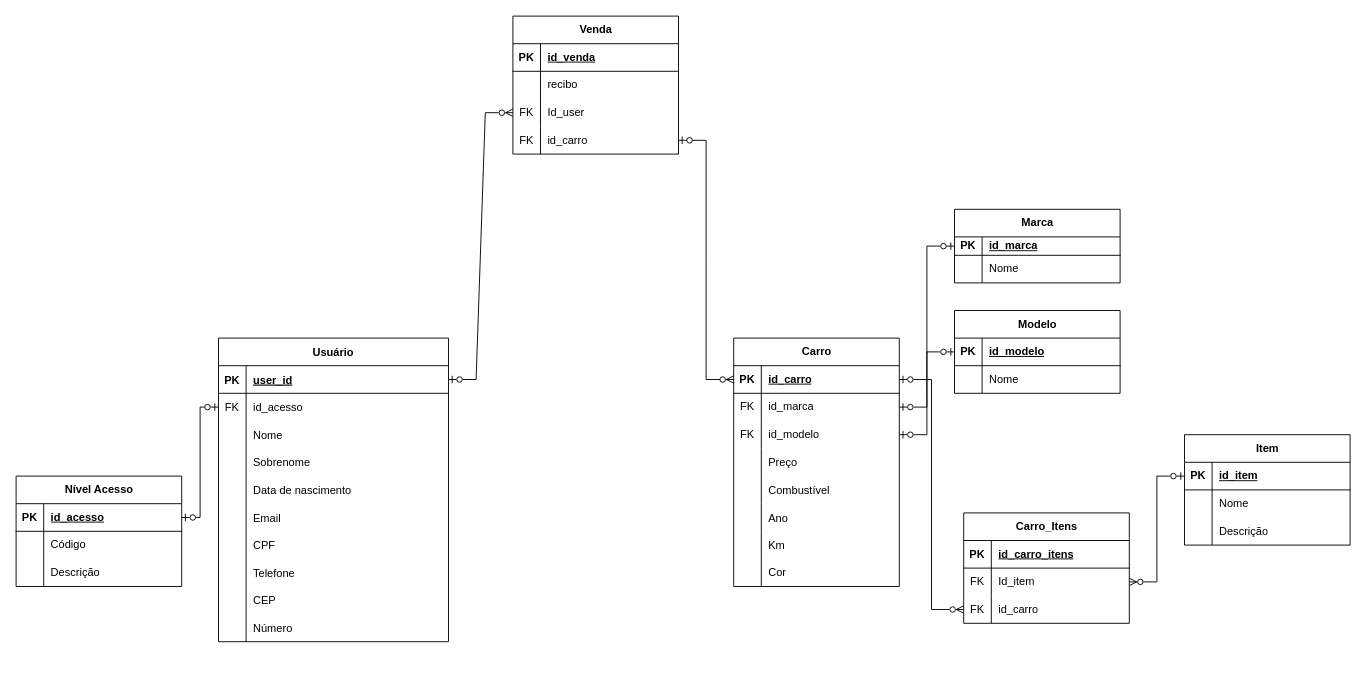
This is database/netcar_modelo.drawio from nsx07/netcar, a draw.io file, before an edit. Source tidied: cells renumbered, new cells numbered last; positions are measured from the earlier drawing's top-left corner, leaving out a move shared by most shapes. Both pictures are drawn from the tidied source at 92%, with x=0, y=0 at pixel (16, 16).
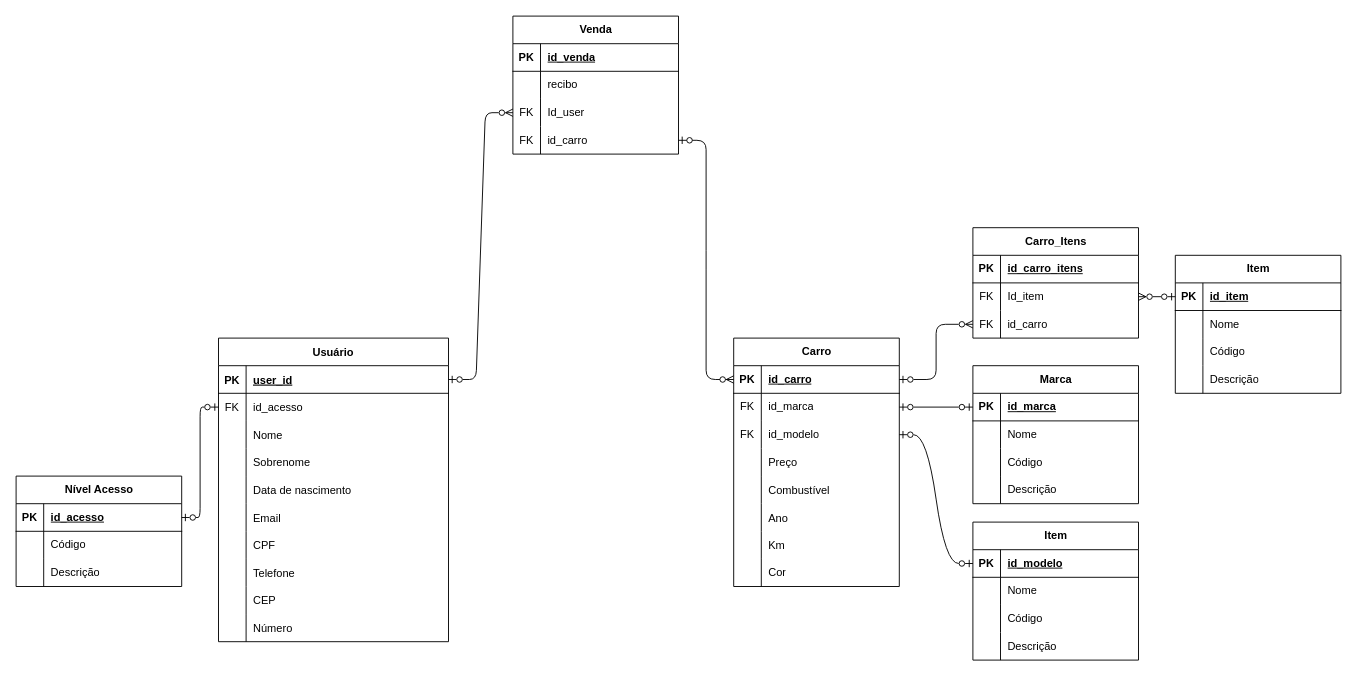
The same diagram, later.

The change refers to these unchanged cells:
```xml
<mxCell id="3" style="shape=partialRectangle;fillColor=none;points=[[0,0.5],[1,0.5]];portConstraint=eastwest;top=0;left=0;right=0;bottom=1;" parent="2" vertex="1">
  <mxGeometry y="30" width="250" height="30" as="geometry" />
</mxCell>
<mxCell id="6" style="shape=partialRectangle;fillColor=none;points=[[0,0.5],[1,0.5]];portConstraint=eastwest;top=0;left=0;right=0;bottom=0;" parent="2" vertex="1">
  <mxGeometry y="60" width="250" height="30" as="geometry" />
</mxCell>
<mxCell id="34" style="shape=tableRow;horizontal=0;startSize=0;swimlaneHead=0;swimlaneBody=0;fillColor=none;points=[[0,0.5],[1,0.5]];portConstraint=eastwest;top=0;left=0;right=0;bottom=1;" parent="33" vertex="1">
  <mxGeometry y="30" width="180" height="30" as="geometry" />
</mxCell>
<mxCell id="37" style="shape=tableRow;horizontal=0;startSize=0;swimlaneHead=0;swimlaneBody=0;fillColor=none;points=[[0,0.5],[1,0.5]];portConstraint=eastwest;top=0;left=0;right=0;bottom=0;" parent="33" vertex="1">
  <mxGeometry y="60" width="180" height="30" as="geometry" />
</mxCell>
<mxCell id="40" style="shape=tableRow;horizontal=0;startSize=0;swimlaneHead=0;swimlaneBody=0;fillColor=none;points=[[0,0.5],[1,0.5]];portConstraint=eastwest;top=0;left=0;right=0;bottom=0;" parent="33" vertex="1">
  <mxGeometry y="90" width="180" height="30" as="geometry" />
</mxCell>
<mxCell id="66" style="shape=tableRow;horizontal=0;startSize=0;swimlaneHead=0;swimlaneBody=0;fillColor=none;points=[[0,0.5],[1,0.5]];portConstraint=eastwest;top=0;left=0;right=0;bottom=0;" parent="59" vertex="1">
  <mxGeometry y="90" width="180" height="30" as="geometry" />
</mxCell>
<mxCell id="69" style="shape=tableRow;horizontal=0;startSize=0;swimlaneHead=0;swimlaneBody=0;fillColor=none;points=[[0,0.5],[1,0.5]];portConstraint=eastwest;top=0;left=0;right=0;bottom=0;" parent="59" vertex="1">
  <mxGeometry y="120" width="180" height="30" as="geometry" />
</mxCell>
<mxCell id="82" style="shape=tableRow;horizontal=0;startSize=0;swimlaneHead=0;swimlaneBody=0;fillColor=none;points=[[0,0.5],[1,0.5]];portConstraint=eastwest;top=0;left=0;right=0;bottom=1;" parent="81" vertex="1">
  <mxGeometry y="30" width="180" height="30" as="geometry" />
</mxCell>
<mxCell id="88" style="shape=tableRow;horizontal=0;startSize=0;swimlaneHead=0;swimlaneBody=0;fillColor=none;top=0;left=0;right=0;bottom=0;" parent="81" vertex="1">
  <mxGeometry y="90" width="180" height="30" as="geometry" />
</mxCell>
<mxCell id="100" style="shape=tableRow;horizontal=0;startSize=0;swimlaneHead=0;swimlaneBody=0;fillColor=none;points=[[0,0.5],[1,0.5]];portConstraint=eastwest;top=0;left=0;right=0;bottom=1;" parent="99" vertex="1">
  <mxGeometry y="30" width="180" height="30" as="geometry" />
</mxCell>
<mxCell id="114" style="shape=tableRow;horizontal=0;startSize=0;swimlaneHead=0;swimlaneBody=0;fillColor=none;points=[[0,0.5],[1,0.5]];portConstraint=eastwest;top=0;left=0;right=0;bottom=0;" parent="110" vertex="1">
  <mxGeometry y="60" width="180" height="30" as="geometry" />
</mxCell>
<mxCell id="117" style="shape=tableRow;horizontal=0;startSize=0;swimlaneHead=0;swimlaneBody=0;fillColor=none;points=[[0,0.5],[1,0.5]];portConstraint=eastwest;top=0;left=0;right=0;bottom=0;" parent="110" vertex="1">
  <mxGeometry y="90" width="180" height="30" as="geometry" />
</mxCell>
```

What changed in the source:
```diff
@@
-    <mxCell id="58" style="edgeStyle=entityRelationEdgeStyle;fontSize=12;html=1;endArrow=ERzeroToMany;startArrow=ERzeroToOne;rounded=0;exitX=1;exitY=0.5;exitDx=0;exitDy=0;entryX=0;entryY=0.5;entryDx=0;entryDy=0;endFill=0;startFill=0;" parent="1" edge="1" source="3" target="66">
+    <mxCell id="58" style="edgeStyle=entityRelationEdgeStyle;fontSize=12;html=1;endArrow=ERzeroToMany;startArrow=ERzeroToOne;rounded=1;exitX=1;exitY=0.5;exitDx=0;exitDy=0;entryX=0;entryY=0.5;entryDx=0;entryDy=0;endFill=0;startFill=0;" parent="1" edge="1" source="3" target="66">
       <mxGeometry relative="1" as="geometry" />
     </mxCell>
@@
-    <mxCell id="72" style="edgeStyle=entityRelationEdgeStyle;fontSize=12;html=1;endArrow=ERzeroToMany;startArrow=ERzeroToOne;rounded=0;" parent="1" edge="1" source="69" target="34">
+    <mxCell id="72" style="edgeStyle=entityRelationEdgeStyle;fontSize=12;html=1;endArrow=ERzeroToMany;startArrow=ERzeroToOne;rounded=1;" parent="1" edge="1" source="69" target="34">
       <mxGeometry relative="1" as="geometry" />
     </mxCell>
-    <mxCell id="73" value="Modelo" style="shape=table;startSize=30;childLayout=tableLayout;rowLines=0;fontStyle=1;align=center;html=1;" parent="1" vertex="1">
-      <mxGeometry x="1020" y="320" width="180" height="90" as="geometry" />
-    </mxCell>
-    <mxCell id="74" style="shape=tableRow;horizontal=0;startSize=0;swimlaneHead=0;swimlaneBody=0;fillColor=none;top=0;left=0;right=0;bottom=1;" parent="73" vertex="1">
-      <mxGeometry y="30" width="180" height="30" as="geometry" />
-    </mxCell>
-    <mxCell id="75" value="PK" style="shape=partialRectangle;fillColor=none;top=0;left=0;bottom=0;right=0;fontStyle=1;overflow=hidden;whiteSpace=wrap;html=1;" parent="74" vertex="1">
-      <mxGeometry width="30" height="30" as="geometry" />
-    </mxCell>
-    <mxCell id="76" value="id_modelo" style="shape=partialRectangle;fillColor=none;top=0;left=0;bottom=0;right=0;align=left;spacingLeft=6;fontStyle=5;overflow=hidden;whiteSpace=wrap;html=1;" parent="74" vertex="1">
-      <mxGeometry x="30" width="150" height="30" as="geometry" />
-    </mxCell>
-    <mxCell id="77" style="shape=tableRow;horizontal=0;startSize=0;swimlaneHead=0;swimlaneBody=0;fillColor=none;top=0;left=0;right=0;bottom=0;" parent="73" vertex="1">
-      <mxGeometry y="60" width="180" height="30" as="geometry" />
-    </mxCell>
-    <mxCell id="78" style="shape=partialRectangle;fillColor=none;top=0;left=0;bottom=0;right=0;overflow=hidden;whiteSpace=wrap;html=1;" parent="77" vertex="1">
-      <mxGeometry width="30" height="30" as="geometry" />
-    </mxCell>
-    <mxCell id="79" value="Nome" style="shape=partialRectangle;fillColor=none;top=0;left=0;bottom=0;right=0;align=left;spacingLeft=6;overflow=hidden;whiteSpace=wrap;html=1;" parent="77" vertex="1">
-      <mxGeometry x="30" width="150" height="30" as="geometry" />
-    </mxCell>
-    <mxCell id="80" style="edgeStyle=entityRelationEdgeStyle;fontSize=12;html=1;endArrow=ERzeroToOne;startArrow=ERzeroToOne;rounded=0;startFill=0;endFill=0;" parent="1" edge="1" source="40" target="73">
+    <mxCell id="80" style="edgeStyle=entityRelationEdgeStyle;fontSize=12;html=1;endArrow=ERzeroToOne;startArrow=ERzeroToOne;startFill=0;endFill=0;entryX=0;entryY=0.5;entryDx=0;entryDy=0;curved=1;" parent="1" edge="1" source="40" target="126">
       <mxGeometry relative="1" as="geometry" />
     </mxCell>
     <mxCell id="81" value="Item" style="shape=table;startSize=30;childLayout=tableLayout;rowLines=0;fontStyle=1;align=center;html=1;" parent="1" vertex="1">
-      <mxGeometry x="1270" y="455" width="180" height="120" as="geometry" />
+      <mxGeometry x="1260" y="260" width="180" height="150" as="geometry" />
     </mxCell>
@@
-    <mxCell id="90" value="Descrição" style="shape=partialRectangle;fillColor=none;top=0;left=0;bottom=0;right=0;align=left;spacingLeft=6;overflow=hidden;whiteSpace=wrap;html=1;" parent="88" vertex="1">
+    <mxCell id="90" value="Código" style="shape=partialRectangle;fillColor=none;top=0;left=0;bottom=0;right=0;align=left;spacingLeft=6;overflow=hidden;whiteSpace=wrap;html=1;" parent="88" vertex="1">
       <mxGeometry x="30" width="150" height="30" as="geometry" />
     </mxCell>
-    <mxCell id="91" value="Marca" style="shape=table;startSize=30;childLayout=tableLayout;rowLines=0;fontStyle=1;align=center;html=1;" parent="1" vertex="1">
-      <mxGeometry x="1020" y="210" width="180" height="80" as="geometry" />
-    </mxCell>
-    <mxCell id="92" style="shape=tableRow;horizontal=0;startSize=0;swimlaneHead=0;swimlaneBody=0;fillColor=none;points=[[0,0.5],[1,0.5]];portConstraint=eastwest;top=0;left=0;right=0;bottom=1;" parent="91" vertex="1">
-      <mxGeometry y="30" width="180" height="20" as="geometry" />
-    </mxCell>
-    <mxCell id="93" value="PK" style="shape=partialRectangle;fillColor=none;top=0;left=0;bottom=0;right=0;fontStyle=1;overflow=hidden;whiteSpace=wrap;html=1;" parent="92" vertex="1">
-      <mxGeometry width="30" height="20" as="geometry" />
-    </mxCell>
-    <mxCell id="94" value="id_marca" style="shape=partialRectangle;fillColor=none;top=0;left=0;bottom=0;right=0;align=left;spacingLeft=6;fontStyle=5;overflow=hidden;whiteSpace=wrap;html=1;" parent="92" vertex="1">
-      <mxGeometry x="30" width="150" height="20" as="geometry" />
-    </mxCell>
-    <mxCell id="95" style="shape=tableRow;horizontal=0;startSize=0;swimlaneHead=0;swimlaneBody=0;fillColor=none;top=0;left=0;right=0;bottom=0;" parent="91" vertex="1">
-      <mxGeometry y="50" width="180" height="30" as="geometry" />
-    </mxCell>
-    <mxCell id="96" style="shape=partialRectangle;fillColor=none;top=0;left=0;bottom=0;right=0;overflow=hidden;whiteSpace=wrap;html=1;" parent="95" vertex="1">
-      <mxGeometry width="30" height="30" as="geometry" />
-    </mxCell>
-    <mxCell id="97" value="Nome" style="shape=partialRectangle;fillColor=none;top=0;left=0;bottom=0;right=0;align=left;spacingLeft=6;overflow=hidden;whiteSpace=wrap;html=1;" parent="95" vertex="1">
-      <mxGeometry x="30" width="150" height="30" as="geometry" />
-    </mxCell>
-    <mxCell id="98" style="edgeStyle=entityRelationEdgeStyle;fontSize=12;html=1;endArrow=ERzeroToOne;startArrow=ERzeroToOne;rounded=0;entryX=1;entryY=0.5;entryDx=0;entryDy=0;exitX=0;exitY=0.5;exitDx=0;exitDy=0;startFill=0;endFill=0;" parent="1" edge="1" source="92" target="37">
-      <mxGeometry relative="1" as="geometry" />
-    </mxCell>
+    <mxCell id="122" style="shape=tableRow;horizontal=0;startSize=0;swimlaneHead=0;swimlaneBody=0;fillColor=none;top=0;left=0;right=0;bottom=0;" parent="81" vertex="1">
+      <mxGeometry y="120" width="180" height="30" as="geometry" />
+    </mxCell>
+    <mxCell id="123" style="shape=partialRectangle;fillColor=none;top=0;left=0;bottom=0;right=0;overflow=hidden;whiteSpace=wrap;html=1;" parent="122" vertex="1">
+      <mxGeometry width="30" height="30" as="geometry" />
+    </mxCell>
+    <mxCell id="124" value="Descrição" style="shape=partialRectangle;fillColor=none;top=0;left=0;bottom=0;right=0;align=left;spacingLeft=6;overflow=hidden;whiteSpace=wrap;html=1;" parent="122" vertex="1">
+      <mxGeometry x="30" width="150" height="30" as="geometry" />
+    </mxCell>
@@
-    <mxCell id="109" style="edgeStyle=orthogonalEdgeStyle;rounded=0;jettySize=auto;html=1;exitX=1;exitY=0.5;exitDx=0;exitDy=0;entryX=0;entryY=0.5;entryDx=0;entryDy=0;startArrow=ERzeroToOne;startFill=0;endArrow=ERzeroToOne;endFill=0;" parent="1" edge="1" source="100" target="6">
+    <mxCell id="109" style="edgeStyle=orthogonalEdgeStyle;rounded=1;jettySize=auto;html=1;exitX=1;exitY=0.5;exitDx=0;exitDy=0;entryX=0;entryY=0.5;entryDx=0;entryDy=0;startArrow=ERzeroToOne;startFill=0;endArrow=ERzeroToOne;endFill=0;" parent="1" edge="1" source="100" target="6">
       <mxGeometry relative="1" as="geometry" />
     </mxCell>
     <mxCell id="110" value="Carro_Itens" style="shape=table;startSize=30;childLayout=tableLayout;rowLines=0;fontStyle=1;align=center;html=1;" parent="1" vertex="1">
-      <mxGeometry x="1030" y="540" width="180" height="120" as="geometry" />
+      <mxGeometry x="1040" y="230" width="180" height="120" as="geometry" />
     </mxCell>
@@
-    <mxCell id="120" style="edgeStyle=orthogonalEdgeStyle;rounded=0;jettySize=auto;html=1;exitX=1;exitY=0.5;exitDx=0;exitDy=0;startArrow=ERzeroToOne;startFill=0;endArrow=ERzeroToMany;endFill=0;" parent="1" edge="1" source="34" target="117">
+    <mxCell id="120" style="edgeStyle=orthogonalEdgeStyle;rounded=1;jettySize=auto;html=1;exitX=1;exitY=0.5;exitDx=0;exitDy=0;startArrow=ERzeroToOne;startFill=0;endArrow=ERzeroToMany;endFill=0;" parent="1" edge="1" source="34" target="117">
       <mxGeometry relative="1" as="geometry" />
     </mxCell>
-    <mxCell id="121" style="edgeStyle=orthogonalEdgeStyle;rounded=0;jettySize=auto;html=1;exitX=1;exitY=0.5;exitDx=0;exitDy=0;entryX=0;entryY=0.5;entryDx=0;entryDy=0;startArrow=ERzeroToMany;startFill=0;endArrow=ERzeroToOne;endFill=0;" parent="1" edge="1" source="114" target="82">
+    <mxCell id="121" style="edgeStyle=orthogonalEdgeStyle;rounded=1;jettySize=auto;html=1;exitX=1;exitY=0.5;exitDx=0;exitDy=0;entryX=0;entryY=0.5;entryDx=0;entryDy=0;startArrow=ERzeroToMany;startFill=0;endArrow=ERzeroToOne;endFill=0;" parent="1" edge="1" source="114" target="82">
       <mxGeometry relative="1" as="geometry" />
     </mxCell>
+    <mxCell id="125" value="Item" style="shape=table;startSize=30;childLayout=tableLayout;rowLines=0;fontStyle=1;align=center;html=1;" parent="1" vertex="1">
+      <mxGeometry x="1040" y="550" width="180" height="150" as="geometry" />
+    </mxCell>
+    <mxCell id="126" style="shape=tableRow;horizontal=0;startSize=0;swimlaneHead=0;swimlaneBody=0;fillColor=none;points=[[0,0.5],[1,0.5]];portConstraint=eastwest;top=0;left=0;right=0;bottom=1;" parent="125" vertex="1">
+      <mxGeometry y="30" width="180" height="30" as="geometry" />
+    </mxCell>
+    <mxCell id="127" value="PK" style="shape=partialRectangle;fillColor=none;top=0;left=0;bottom=0;right=0;fontStyle=1;overflow=hidden;whiteSpace=wrap;html=1;" parent="126" vertex="1">
+      <mxGeometry width="30" height="30" as="geometry" />
+    </mxCell>
+    <mxCell id="76" value="id_modelo" style="shape=partialRectangle;fillColor=none;top=0;left=0;bottom=0;right=0;align=left;spacingLeft=6;fontStyle=5;overflow=hidden;whiteSpace=wrap;html=1;" parent="126" vertex="1">
+      <mxGeometry x="30" width="150" height="30" as="geometry" />
+    </mxCell>
+    <mxCell id="128" style="shape=tableRow;horizontal=0;startSize=0;swimlaneHead=0;swimlaneBody=0;fillColor=none;top=0;left=0;right=0;bottom=0;" parent="125" vertex="1">
+      <mxGeometry y="60" width="180" height="30" as="geometry" />
+    </mxCell>
+    <mxCell id="129" style="shape=partialRectangle;fillColor=none;top=0;left=0;bottom=0;right=0;overflow=hidden;whiteSpace=wrap;html=1;" parent="128" vertex="1">
+      <mxGeometry width="30" height="30" as="geometry" />
+    </mxCell>
+    <mxCell id="130" value="Nome" style="shape=partialRectangle;fillColor=none;top=0;left=0;bottom=0;right=0;align=left;spacingLeft=6;overflow=hidden;whiteSpace=wrap;html=1;" parent="128" vertex="1">
+      <mxGeometry x="30" width="150" height="30" as="geometry" />
+    </mxCell>
+    <mxCell id="131" style="shape=tableRow;horizontal=0;startSize=0;swimlaneHead=0;swimlaneBody=0;fillColor=none;top=0;left=0;right=0;bottom=0;" parent="125" vertex="1">
+      <mxGeometry y="90" width="180" height="30" as="geometry" />
+    </mxCell>
+    <mxCell id="132" style="shape=partialRectangle;fillColor=none;top=0;left=0;bottom=0;right=0;overflow=hidden;whiteSpace=wrap;html=1;" parent="131" vertex="1">
+      <mxGeometry width="30" height="30" as="geometry" />
+    </mxCell>
+    <mxCell id="133" value="Código" style="shape=partialRectangle;fillColor=none;top=0;left=0;bottom=0;right=0;align=left;spacingLeft=6;overflow=hidden;whiteSpace=wrap;html=1;" parent="131" vertex="1">
+      <mxGeometry x="30" width="150" height="30" as="geometry" />
+    </mxCell>
+    <mxCell id="134" style="shape=tableRow;horizontal=0;startSize=0;swimlaneHead=0;swimlaneBody=0;fillColor=none;top=0;left=0;right=0;bottom=0;" parent="125" vertex="1">
+      <mxGeometry y="120" width="180" height="30" as="geometry" />
+    </mxCell>
+    <mxCell id="135" style="shape=partialRectangle;fillColor=none;top=0;left=0;bottom=0;right=0;overflow=hidden;whiteSpace=wrap;html=1;" parent="134" vertex="1">
+      <mxGeometry width="30" height="30" as="geometry" />
+    </mxCell>
+    <mxCell id="136" value="Descrição" style="shape=partialRectangle;fillColor=none;top=0;left=0;bottom=0;right=0;align=left;spacingLeft=6;overflow=hidden;whiteSpace=wrap;html=1;" parent="134" vertex="1">
+      <mxGeometry x="30" width="150" height="30" as="geometry" />
+    </mxCell>
+    <mxCell id="91" value="Marca" style="shape=table;startSize=30;childLayout=tableLayout;rowLines=0;fontStyle=1;align=center;html=1;" parent="1" vertex="1">
+      <mxGeometry x="1040" y="380" width="180" height="150" as="geometry" />
+    </mxCell>
+    <mxCell id="137" style="shape=tableRow;horizontal=0;startSize=0;swimlaneHead=0;swimlaneBody=0;fillColor=none;points=[[0,0.5],[1,0.5]];portConstraint=eastwest;top=0;left=0;right=0;bottom=1;" parent="91" vertex="1">
+      <mxGeometry y="30" width="180" height="30" as="geometry" />
+    </mxCell>
+    <mxCell id="138" value="PK" style="shape=partialRectangle;fillColor=none;top=0;left=0;bottom=0;right=0;fontStyle=1;overflow=hidden;whiteSpace=wrap;html=1;" parent="137" vertex="1">
+      <mxGeometry width="30" height="30" as="geometry" />
+    </mxCell>
+    <mxCell id="94" value="id_marca" style="shape=partialRectangle;fillColor=none;top=0;left=0;bottom=0;right=0;align=left;spacingLeft=6;fontStyle=5;overflow=hidden;whiteSpace=wrap;html=1;" parent="137" vertex="1">
+      <mxGeometry x="30" width="150" height="30" as="geometry" />
+    </mxCell>
+    <mxCell id="139" style="shape=tableRow;horizontal=0;startSize=0;swimlaneHead=0;swimlaneBody=0;fillColor=none;top=0;left=0;right=0;bottom=0;" parent="91" vertex="1">
+      <mxGeometry y="60" width="180" height="30" as="geometry" />
+    </mxCell>
+    <mxCell id="140" style="shape=partialRectangle;fillColor=none;top=0;left=0;bottom=0;right=0;overflow=hidden;whiteSpace=wrap;html=1;" parent="139" vertex="1">
+      <mxGeometry width="30" height="30" as="geometry" />
+    </mxCell>
+    <mxCell id="141" value="Nome" style="shape=partialRectangle;fillColor=none;top=0;left=0;bottom=0;right=0;align=left;spacingLeft=6;overflow=hidden;whiteSpace=wrap;html=1;" parent="139" vertex="1">
+      <mxGeometry x="30" width="150" height="30" as="geometry" />
+    </mxCell>
+    <mxCell id="142" style="shape=tableRow;horizontal=0;startSize=0;swimlaneHead=0;swimlaneBody=0;fillColor=none;top=0;left=0;right=0;bottom=0;" parent="91" vertex="1">
+      <mxGeometry y="90" width="180" height="30" as="geometry" />
+    </mxCell>
+    <mxCell id="143" style="shape=partialRectangle;fillColor=none;top=0;left=0;bottom=0;right=0;overflow=hidden;whiteSpace=wrap;html=1;" parent="142" vertex="1">
+      <mxGeometry width="30" height="30" as="geometry" />
+    </mxCell>
+    <mxCell id="144" value="Código" style="shape=partialRectangle;fillColor=none;top=0;left=0;bottom=0;right=0;align=left;spacingLeft=6;overflow=hidden;whiteSpace=wrap;html=1;" parent="142" vertex="1">
+      <mxGeometry x="30" width="150" height="30" as="geometry" />
+    </mxCell>
+    <mxCell id="145" style="shape=tableRow;horizontal=0;startSize=0;swimlaneHead=0;swimlaneBody=0;fillColor=none;top=0;left=0;right=0;bottom=0;" parent="91" vertex="1">
+      <mxGeometry y="120" width="180" height="30" as="geometry" />
+    </mxCell>
+    <mxCell id="146" style="shape=partialRectangle;fillColor=none;top=0;left=0;bottom=0;right=0;overflow=hidden;whiteSpace=wrap;html=1;" parent="145" vertex="1">
+      <mxGeometry width="30" height="30" as="geometry" />
+    </mxCell>
+    <mxCell id="147" value="Descrição" style="shape=partialRectangle;fillColor=none;top=0;left=0;bottom=0;right=0;align=left;spacingLeft=6;overflow=hidden;whiteSpace=wrap;html=1;" parent="145" vertex="1">
+      <mxGeometry x="30" width="150" height="30" as="geometry" />
+    </mxCell>
+    <mxCell id="148" style="edgeStyle=orthogonalEdgeStyle;rounded=1;jettySize=auto;html=1;exitX=1;exitY=0.5;exitDx=0;exitDy=0;entryX=0;entryY=0.5;entryDx=0;entryDy=0;endArrow=ERzeroToOne;fontSize=12;startArrow=ERzeroToOne;startFill=0;endFill=0;" parent="1" edge="1" source="37" target="137">
+      <mxGeometry relative="1" as="geometry" />
+    </mxCell>
```
